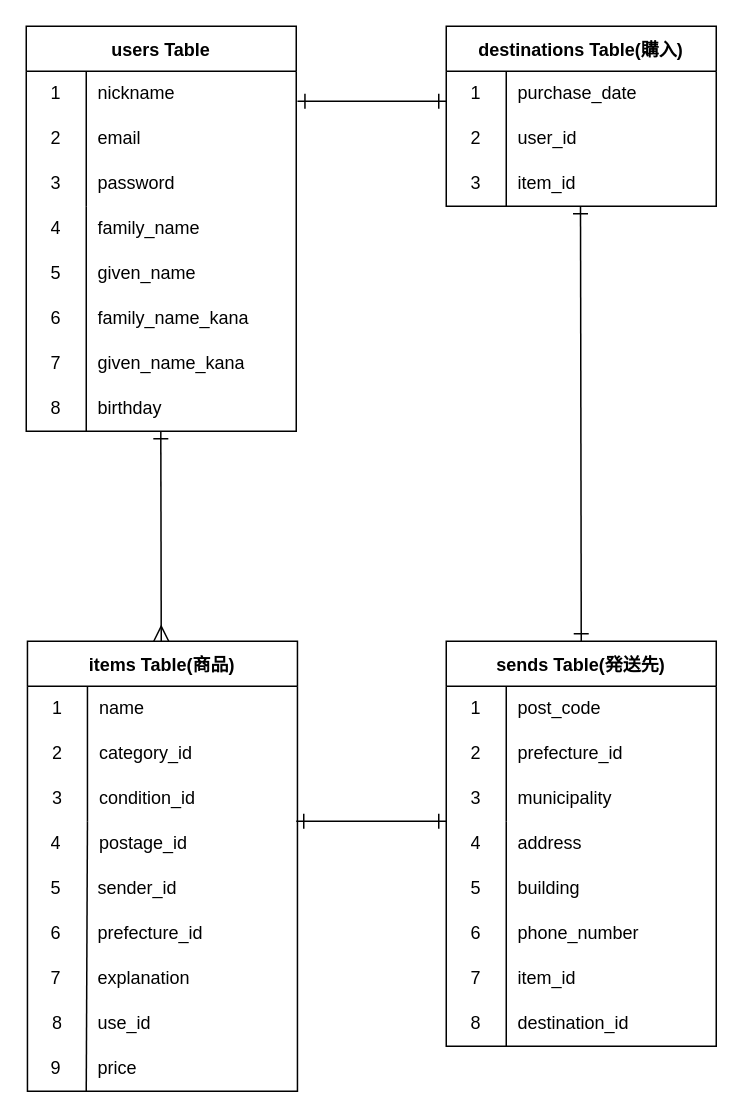
This is ER図.dio from htn9sys/furima-39212, a draw.io file, before an edit. Source tidied: cells renumbered, new cells numbered last; positions are measured from the earlier drawing's top-left corner, leaving out a move shared by most shapes. Both pictures are drawn from the tidied source at 150%, with x=0, y=0 at pixel (26, 26).
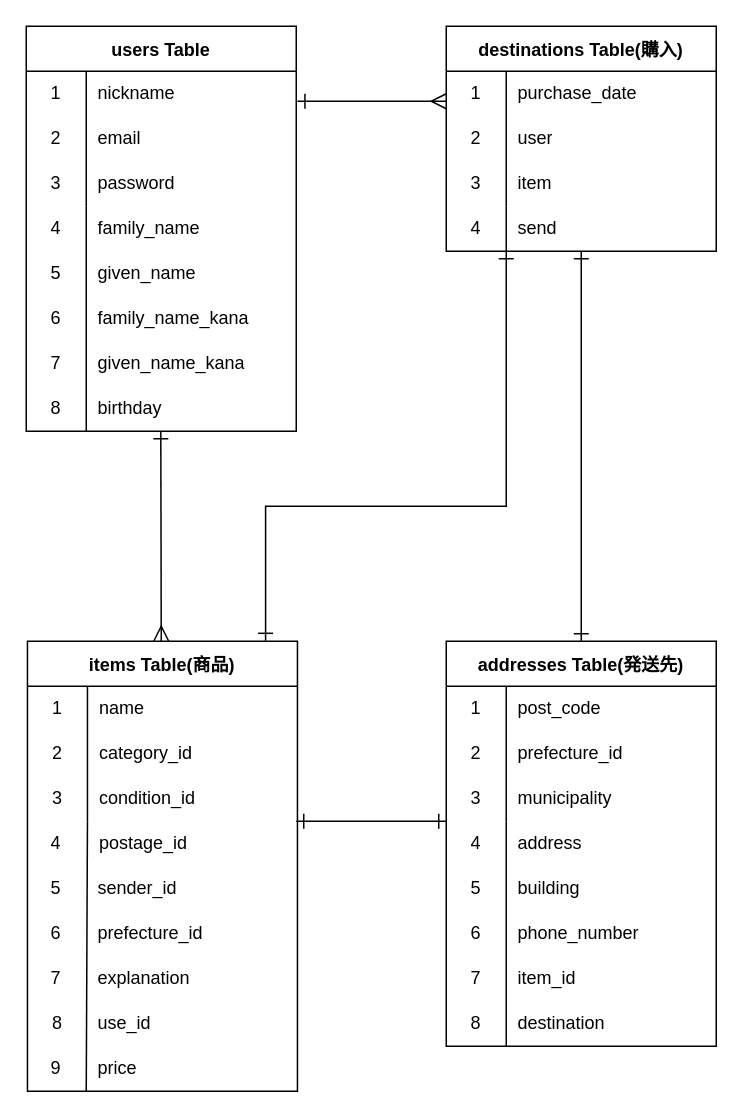
The same page after the edit.

Commit message (it also covers changes not shown here):
ER図_READMEの修正 2

Unchanged cells that the change refers to:
```xml
<mxCell id="13" value="items Table(商品)" style="shape=table;startSize=30;childLayout=tableLayout;rowLines=0;fontStyle=1;" parent="1" vertex="1">
  <mxGeometry x="0.8" y="410" width="180" height="300" as="geometry" />
</mxCell>
<mxCell id="37" style="shape=tableRow;horizontal=0;startSize=0;swimlaneHead=0;swimlaneBody=0;top=0;left=0;bottom=0;right=0;fillColor=none;" parent="33" vertex="1">
  <mxGeometry y="60" width="180" height="30" as="geometry" />
</mxCell>
<mxCell id="40" style="shape=tableRow;horizontal=0;startSize=0;swimlaneHead=0;swimlaneBody=0;top=0;left=0;bottom=0;right=0;fillColor=none;" parent="33" vertex="1">
  <mxGeometry y="90" width="180" height="30" as="geometry" />
</mxCell>
```

What changed in the source:
```diff
@@
-    <mxCell id="23" value="sends Table(発送先)" style="shape=table;startSize=30;childLayout=tableLayout;rowLines=0;fontStyle=1;" parent="1" vertex="1">
+    <mxCell id="23" value="addresses Table(発送先)" style="shape=table;startSize=30;childLayout=tableLayout;rowLines=0;fontStyle=1;" parent="1" vertex="1">
       <mxGeometry x="280" y="410" width="180" height="270" as="geometry" />
     </mxCell>
@@
     <mxCell id="33" value="destinations Table(購入)" style="shape=table;startSize=30;childLayout=tableLayout;rowLines=0;fontStyle=1;" parent="1" vertex="1">
-      <mxGeometry x="280" width="180" height="120" as="geometry" />
+      <mxGeometry x="280" width="180" height="150" as="geometry" />
     </mxCell>
@@
-    <mxCell id="39" value="user_id" style="shape=partialRectangle;html=1;whiteSpace=wrap;fillColor=none;top=0;left=0;bottom=0;right=0;align=left;spacingLeft=6;overflow=hidden;" parent="37" vertex="1">
+    <mxCell id="39" value="user" style="shape=partialRectangle;html=1;whiteSpace=wrap;fillColor=none;top=0;left=0;bottom=0;right=0;align=left;spacingLeft=6;overflow=hidden;" parent="37" vertex="1">
       <mxGeometry x="40" width="140" height="30" as="geometry" />
     </mxCell>
@@
-    <mxCell id="42" value="item_id" style="shape=partialRectangle;html=1;whiteSpace=wrap;fillColor=none;top=0;left=0;bottom=0;right=0;align=left;spacingLeft=6;overflow=hidden;" parent="40" vertex="1">
+    <mxCell id="42" value="item" style="shape=partialRectangle;html=1;whiteSpace=wrap;fillColor=none;top=0;left=0;bottom=0;right=0;align=left;spacingLeft=6;overflow=hidden;" parent="40" vertex="1">
       <mxGeometry x="40" width="140" height="30" as="geometry" />
     </mxCell>
@@
-    <mxCell id="67" style="edgeStyle=none;html=1;exitX=1;exitY=0.5;exitDx=0;exitDy=0;endArrow=ERone;endFill=0;strokeWidth=1;targetPerimeterSpacing=7;endSize=8;startArrow=ERone;startFill=0;sourcePerimeterSpacing=7;startSize=8;" parent="1" edge="1">
+    <mxCell id="67" style="edgeStyle=none;html=1;exitX=1;exitY=0.5;exitDx=0;exitDy=0;endArrow=ERmany;endFill=0;strokeWidth=1;targetPerimeterSpacing=7;endSize=8;startArrow=ERone;startFill=0;sourcePerimeterSpacing=7;startSize=8;" parent="1" edge="1">
       <mxGeometry relative="1" as="geometry">
         <mxPoint x="180.8" y="50" as="sourcePoint" />
         <mxPoint x="280" y="50" as="targetPoint" />
       </mxGeometry>
     </mxCell>
@@
-    <mxCell id="78" style="endArrow=ERone;html=1;strokeWidth=1;startSize=8;endSize=8;targetPerimeterSpacing=7;jumpSize=11;exitX=0.5;exitY=1.025;exitDx=0;exitDy=0;exitPerimeter=0;endFill=0;startArrow=ERone;startFill=0;sourcePerimeterSpacing=7;entryX=0.5;entryY=0;entryDx=0;entryDy=0;" parent="1" edge="1" target="23">
+    <mxCell id="78" style="endArrow=ERone;html=1;strokeWidth=1;startSize=8;endSize=8;targetPerimeterSpacing=7;jumpSize=11;endFill=0;startArrow=ERone;startFill=0;sourcePerimeterSpacing=7;entryX=0.5;entryY=0;entryDx=0;entryDy=0;" parent="1" edge="1" target="23">
       <mxGeometry relative="1" as="geometry">
-        <mxPoint x="369.5" y="120" as="sourcePoint" />
+        <mxPoint x="370" y="150" as="sourcePoint" />
       </mxGeometry>
     </mxCell>
@@
-    <mxCell id="80" value="destination_id" style="shape=partialRectangle;html=1;whiteSpace=wrap;fillColor=none;top=0;left=0;bottom=0;right=0;align=left;spacingLeft=6;overflow=hidden;" parent="1" vertex="1">
+    <mxCell id="80" value="destination" style="shape=partialRectangle;html=1;whiteSpace=wrap;fillColor=none;top=0;left=0;bottom=0;right=0;align=left;spacingLeft=6;overflow=hidden;" parent="1" vertex="1">
       <mxGeometry x="320" y="650" width="140" height="30" as="geometry" />
     </mxCell>
@@
+    <mxCell id="83" style="edgeStyle=elbowEdgeStyle;elbow=vertical;endArrow=ERone;html=1;curved=0;rounded=0;endSize=8;startSize=8;exitX=0.882;exitY=-0.001;exitDx=0;exitDy=0;exitPerimeter=0;startArrow=ERone;startFill=0;endFill=0;" parent="1" edge="1" source="13">
+      <mxGeometry relative="1" as="geometry">
+        <mxPoint x="320" y="150" as="targetPoint" />
+        <Array as="points">
+          <mxPoint x="230" y="320" />
+        </Array>
+      </mxGeometry>
+    </mxCell>
+    <mxCell id="84" value="4" style="shape=partialRectangle;html=1;whiteSpace=wrap;fillColor=none;top=0;left=0;bottom=0;right=0;overflow=hidden;" parent="1" vertex="1">
+      <mxGeometry x="280" y="120" width="40" height="30" as="geometry" />
+    </mxCell>
+    <mxCell id="85" value="send" style="shape=partialRectangle;html=1;whiteSpace=wrap;fillColor=none;top=0;left=0;bottom=0;right=0;align=left;spacingLeft=6;overflow=hidden;" parent="1" vertex="1">
+      <mxGeometry x="320" y="120" width="140" height="30" as="geometry" />
+    </mxCell>
+    <mxCell id="86" style="endArrow=none;html=1;strokeWidth=1;startSize=8;endSize=8;sourcePerimeterSpacing=7;targetPerimeterSpacing=7;jumpSize=11;" parent="1" edge="1">
+      <mxGeometry relative="1" as="geometry">
+        <mxPoint x="320" y="150" as="sourcePoint" />
+        <mxPoint x="320" y="120" as="targetPoint" />
+      </mxGeometry>
+    </mxCell>
```
